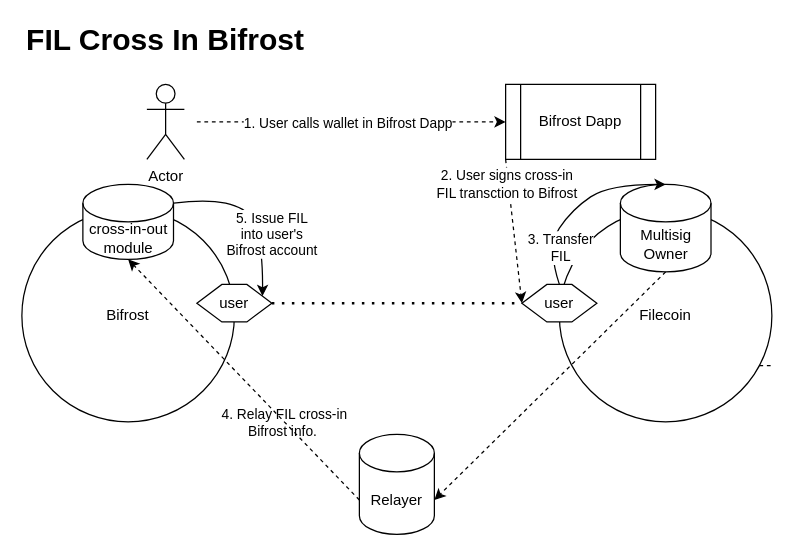
Earlier version of the draw.io diagram vfil-crossin-multisig.drawio (herryho/flowchars). Source tidied: cells renumbered, new cells numbered last; positions are measured from the earlier drawing's top-left corner, leaving out a move shared by most shapes. Both pictures are drawn from the tidied source at 125%, with x=0, y=0 at pixel (21, 21).
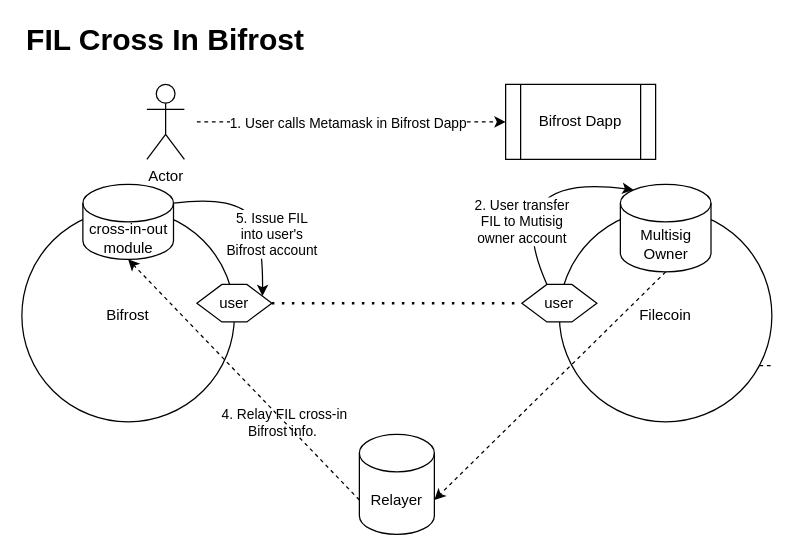
After the change.

The change refers to these unchanged cells:
```xml
<mxCell id="5" value="user" style="shape=hexagon;perimeter=hexagonPerimeter2;whiteSpace=wrap;html=1;fixedSize=1;" parent="1" vertex="1">
  <mxGeometry x="400" y="210" width="60" height="30" as="geometry" />
</mxCell>
<mxCell id="7" value="Multisig&lt;br&gt;Owner" style="shape=cylinder3;whiteSpace=wrap;html=1;boundedLbl=1;backgroundOutline=1;size=15;" parent="1" vertex="1">
  <mxGeometry x="478.8" y="130" width="72.5" height="70" as="geometry" />
</mxCell>
<mxCell id="18" value="Bifrost Dapp" style="shape=process;whiteSpace=wrap;html=1;backgroundOutline=1;" parent="1" vertex="1">
  <mxGeometry x="387" y="50" width="120" height="60" as="geometry" />
</mxCell>
<mxCell id="20" style="endArrow=classic;html=1;rounded=0;entryX=0;entryY=0.5;entryDx=0;entryDy=0;dashed=1;" parent="1" edge="1" target="18">
  <mxGeometry relative="1" as="geometry">
    <mxPoint x="140" y="80" as="sourcePoint" />
  </mxGeometry>
</mxCell>
```

What changed in the source:
```diff
@@
-    <mxCell id="9" style="curved=1;endArrow=classic;html=1;rounded=0;exitX=0.5;exitY=0;exitDx=0;exitDy=0;entryX=0.5;entryY=0;entryDx=0;entryDy=0;entryPerimeter=0;" parent="1" edge="1" source="5" target="7">
+    <mxCell id="9" style="curved=1;endArrow=classic;html=1;rounded=0;entryX=0.145;entryY=0;entryDx=0;entryDy=4.35;entryPerimeter=0;" parent="1" edge="1" target="7">
       <mxGeometry relative="1" as="geometry">
+        <mxPoint x="420" y="210" as="sourcePoint" />
         <Array as="points">
-          <mxPoint x="420" y="180" />
-          <mxPoint x="440" y="150" />
-          <mxPoint x="470" y="130" />
+          <mxPoint x="380" y="120" />
         </Array>
       </mxGeometry>
     </mxCell>
-    <mxCell id="10" value="3. Transfer &lt;br&gt;FIL" style="edgeLabel;html=1;align=center;verticalAlign=middle;" parent="9" vertex="1">
+    <mxCell id="10" value="2. User transfer&lt;br&gt;FIL to Mutisig &lt;br&gt;owner account" style="edgeLabel;html=1;align=center;verticalAlign=middle;" parent="9" vertex="1">
       <mxGeometry x="-0.41" y="-3" relative="1" as="geometry">
-        <mxPoint x="1" y="9" as="offset" />
+        <mxPoint x="2" y="7" as="offset" />
       </mxGeometry>
     </mxCell>
@@
-    <mxCell id="21" value="1. User calls wallet in Bifrost Dapp" style="edgeLabel;html=1;align=center;verticalAlign=middle;" parent="20" vertex="1">
+    <mxCell id="21" value="1. User calls Metamask in Bifrost Dapp" style="edgeLabel;html=1;align=center;verticalAlign=middle;" parent="20" vertex="1">
       <mxGeometry x="-0.12" y="2" relative="1" as="geometry">
         <mxPoint x="11" y="2" as="offset" />
       </mxGeometry>
     </mxCell>
-    <mxCell id="22" style="endArrow=classic;html=1;rounded=0;entryX=0;entryY=0.5;entryDx=0;entryDy=0;exitX=0;exitY=1;exitDx=0;exitDy=0;dashed=1;" parent="1" edge="1" source="18" target="5">
-      <mxGeometry relative="1" as="geometry" />
-    </mxCell>
-    <mxCell id="23" value="2. User signs cross-in&lt;br&gt;FIL transction to Bifrost" style="edgeLabel;html=1;align=center;verticalAlign=middle;" parent="22" vertex="1">
-      <mxGeometry x="-0.67" y="-2" relative="1" as="geometry" />
-    </mxCell>
```
